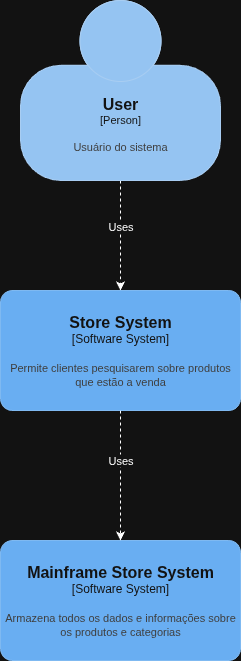
This is docs/C4 - Context.png from VictorAugustoBarros/desafio-ntt, a draw.io export, as it was before one commit. Source tidied: cells renumbered, new cells last; positions are measured from the earlier drawing's top-left corner, leaving out a move shared by most shapes. The source it was exported from:
```xml
<mxGraphModel>
  <root>
    <mxCell id="0" />
    <mxCell id="1" parent="0" />
    <mxCell id="2" style="edgeStyle=orthogonalEdgeStyle;rounded=0;jettySize=auto;html=1;entryX=0.5;entryY=0;entryDx=0;entryDy=0;entryPerimeter=0;exitX=0.5;exitY=1;exitDx=0;exitDy=0;exitPerimeter=0;dashed=1;" parent="1" edge="1" source="4" target="5">
      <mxGeometry relative="1" as="geometry" />
    </mxCell>
    <mxCell id="3" value="Uses" style="edgeLabel;html=1;align=center;verticalAlign=middle;" parent="2" vertex="1">
      <mxGeometry x="-0.18" y="-1" relative="1" as="geometry" />
    </mxCell>
    <object id="4" label="&lt;font style=&quot;font-size: 16px&quot;&gt;&lt;b&gt;%c4Name%&lt;/b&gt;&lt;/font&gt;&lt;div&gt;[%c4Type%]&lt;/div&gt;&lt;br&gt;&lt;div&gt;&lt;font style=&quot;font-size: 11px&quot;&gt;&lt;font color=&quot;#cccccc&quot;&gt;%c4Description%&lt;/font&gt;&lt;/div&gt;" c4Description="Usuário do sistema" c4Name="User" c4Type="Person" placeholders="1">
      <mxCell style="html=1;fontSize=11;dashed=0;whiteSpace=wrap;fillColor=#083F75;strokeColor=#06315C;fontColor=#ffffff;shape=mxgraph.c4.person2;align=center;points=[[0.5,0,0],[1,0.5,0],[1,0.75,0],[0.75,1,0],[0.5,1,0],[0.25,1,0],[0,0.75,0],[0,0.5,0]];" parent="1" vertex="1">
        <mxGeometry x="20" width="200" height="180" as="geometry" />
      </mxCell>
    </object>
    <object id="5" label="&lt;font style=&quot;font-size: 16px&quot;&gt;&lt;b&gt;%c4Name%&lt;/b&gt;&lt;/font&gt;&lt;div&gt;[%c4Type%]&lt;/div&gt;&lt;br&gt;&lt;div&gt;&lt;font style=&quot;font-size: 11px&quot;&gt;&lt;font color=&quot;#cccccc&quot;&gt;%c4Description%&lt;/font&gt;&lt;/div&gt;" c4Description="Permite clientes pesquisarem sobre produtos que estão a venda" c4Name="Store System" c4Type="Software System" placeholders="1">
      <mxCell style="rounded=1;whiteSpace=wrap;html=1;labelBackgroundColor=none;fillColor=#1061B0;fontColor=#ffffff;align=center;arcSize=10;strokeColor=#0D5091;points=[[0.25,0,0],[0.5,0,0],[0.75,0,0],[1,0.25,0],[1,0.5,0],[1,0.75,0],[0.75,1,0],[0.5,1,0],[0.25,1,0],[0,0.75,0],[0,0.5,0],[0,0.25,0]];" parent="1" vertex="1">
        <mxGeometry y="290" width="240" height="120" as="geometry" />
      </mxCell>
    </object>
    <object id="6" label="&lt;font style=&quot;font-size: 16px&quot;&gt;&lt;b&gt;%c4Name%&lt;/b&gt;&lt;/font&gt;&lt;div&gt;[%c4Type%]&lt;/div&gt;&lt;br&gt;&lt;div&gt;&lt;font style=&quot;font-size: 11px&quot;&gt;&lt;font color=&quot;#cccccc&quot;&gt;%c4Description%&lt;/font&gt;&lt;/div&gt;" c4Description="Armazena todos os dados e informações sobre os produtos e categorias" c4Name="Mainframe Store System" c4Type="Software System" placeholders="1">
      <mxCell style="rounded=1;whiteSpace=wrap;html=1;labelBackgroundColor=none;fillColor=#1061B0;fontColor=#ffffff;align=center;arcSize=10;strokeColor=#0D5091;points=[[0.25,0,0],[0.5,0,0],[0.75,0,0],[1,0.25,0],[1,0.5,0],[1,0.75,0],[0.75,1,0],[0.5,1,0],[0.25,1,0],[0,0.75,0],[0,0.5,0],[0,0.25,0]];" parent="1" vertex="1">
        <mxGeometry y="540" width="240" height="120" as="geometry" />
      </mxCell>
    </object>
    <mxCell id="7" style="edgeStyle=orthogonalEdgeStyle;rounded=0;jettySize=auto;html=1;entryX=0.5;entryY=0;entryDx=0;entryDy=0;entryPerimeter=0;dashed=1;" parent="1" edge="1" source="5" target="6">
      <mxGeometry relative="1" as="geometry" />
    </mxCell>
    <mxCell id="8" value="Uses" style="edgeLabel;html=1;align=center;verticalAlign=middle;" parent="7" vertex="1">
      <mxGeometry x="-0.25" y="-1" relative="1" as="geometry" />
    </mxCell>
  </root>
</mxGraphModel>
```
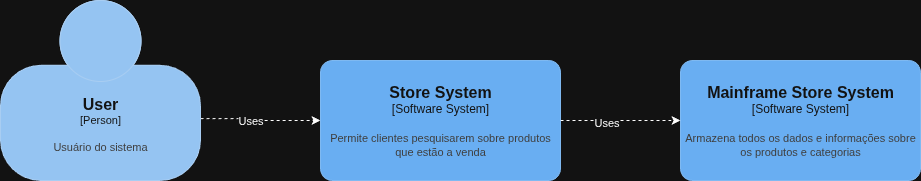
Above is the later version.

The edit, as a diff of the source:
```diff
@@ -2,7 +2,7 @@
   <root>
     <mxCell id="0" />
     <mxCell id="1" parent="0" />
-    <mxCell id="2" style="edgeStyle=orthogonalEdgeStyle;rounded=0;jettySize=auto;html=1;entryX=0.5;entryY=0;entryDx=0;entryDy=0;entryPerimeter=0;exitX=0.5;exitY=1;exitDx=0;exitDy=0;exitPerimeter=0;dashed=1;" parent="1" edge="1" source="4" target="5">
+    <mxCell id="2" style="edgeStyle=orthogonalEdgeStyle;rounded=0;jettySize=auto;html=1;entryX=0;entryY=0.5;entryDx=0;entryDy=0;entryPerimeter=0;exitX=1;exitY=0.656;exitDx=0;exitDy=0;exitPerimeter=0;dashed=1;" parent="1" edge="1" source="4" target="5">
       <mxGeometry relative="1" as="geometry" />
     </mxCell>
     <mxCell id="3" value="Uses" style="edgeLabel;html=1;align=center;verticalAlign=middle;" parent="2" vertex="1">
@@ -10,20 +10,20 @@
     </mxCell>
     <object id="4" label="&lt;font style=&quot;font-size: 16px&quot;&gt;&lt;b&gt;%c4Name%&lt;/b&gt;&lt;/font&gt;&lt;div&gt;[%c4Type%]&lt;/div&gt;&lt;br&gt;&lt;div&gt;&lt;font style=&quot;font-size: 11px&quot;&gt;&lt;font color=&quot;#cccccc&quot;&gt;%c4Description%&lt;/font&gt;&lt;/div&gt;" c4Description="Usuário do sistema" c4Name="User" c4Type="Person" placeholders="1">
       <mxCell style="html=1;fontSize=11;dashed=0;whiteSpace=wrap;fillColor=#083F75;strokeColor=#06315C;fontColor=#ffffff;shape=mxgraph.c4.person2;align=center;points=[[0.5,0,0],[1,0.5,0],[1,0.75,0],[0.75,1,0],[0.5,1,0],[0.25,1,0],[0,0.75,0],[0,0.5,0]];" parent="1" vertex="1">
-        <mxGeometry x="20" width="200" height="180" as="geometry" />
+        <mxGeometry x="-244" y="160" width="200" height="180" as="geometry" />
       </mxCell>
     </object>
     <object id="5" label="&lt;font style=&quot;font-size: 16px&quot;&gt;&lt;b&gt;%c4Name%&lt;/b&gt;&lt;/font&gt;&lt;div&gt;[%c4Type%]&lt;/div&gt;&lt;br&gt;&lt;div&gt;&lt;font style=&quot;font-size: 11px&quot;&gt;&lt;font color=&quot;#cccccc&quot;&gt;%c4Description%&lt;/font&gt;&lt;/div&gt;" c4Description="Permite clientes pesquisarem sobre produtos que estão a venda" c4Name="Store System" c4Type="Software System" placeholders="1">
       <mxCell style="rounded=1;whiteSpace=wrap;html=1;labelBackgroundColor=none;fillColor=#1061B0;fontColor=#ffffff;align=center;arcSize=10;strokeColor=#0D5091;points=[[0.25,0,0],[0.5,0,0],[0.75,0,0],[1,0.25,0],[1,0.5,0],[1,0.75,0],[0.75,1,0],[0.5,1,0],[0.25,1,0],[0,0.75,0],[0,0.5,0],[0,0.25,0]];" parent="1" vertex="1">
-        <mxGeometry y="290" width="240" height="120" as="geometry" />
+        <mxGeometry x="76" y="220" width="240" height="120" as="geometry" />
       </mxCell>
     </object>
     <object id="6" label="&lt;font style=&quot;font-size: 16px&quot;&gt;&lt;b&gt;%c4Name%&lt;/b&gt;&lt;/font&gt;&lt;div&gt;[%c4Type%]&lt;/div&gt;&lt;br&gt;&lt;div&gt;&lt;font style=&quot;font-size: 11px&quot;&gt;&lt;font color=&quot;#cccccc&quot;&gt;%c4Description%&lt;/font&gt;&lt;/div&gt;" c4Description="Armazena todos os dados e informações sobre os produtos e categorias" c4Name="Mainframe Store System" c4Type="Software System" placeholders="1">
       <mxCell style="rounded=1;whiteSpace=wrap;html=1;labelBackgroundColor=none;fillColor=#1061B0;fontColor=#ffffff;align=center;arcSize=10;strokeColor=#0D5091;points=[[0.25,0,0],[0.5,0,0],[0.75,0,0],[1,0.25,0],[1,0.5,0],[1,0.75,0],[0.75,1,0],[0.5,1,0],[0.25,1,0],[0,0.75,0],[0,0.5,0],[0,0.25,0]];" parent="1" vertex="1">
-        <mxGeometry y="540" width="240" height="120" as="geometry" />
+        <mxGeometry x="436" y="220" width="240" height="120" as="geometry" />
       </mxCell>
     </object>
-    <mxCell id="7" style="edgeStyle=orthogonalEdgeStyle;rounded=0;jettySize=auto;html=1;entryX=0.5;entryY=0;entryDx=0;entryDy=0;entryPerimeter=0;dashed=1;" parent="1" edge="1" source="5" target="6">
+    <mxCell id="7" style="edgeStyle=orthogonalEdgeStyle;rounded=0;jettySize=auto;html=1;entryX=0;entryY=0.5;entryDx=0;entryDy=0;entryPerimeter=0;dashed=1;" parent="1" edge="1" source="5" target="6">
       <mxGeometry relative="1" as="geometry" />
     </mxCell>
     <mxCell id="8" value="Uses" style="edgeLabel;html=1;align=center;verticalAlign=middle;" parent="7" vertex="1">
```
